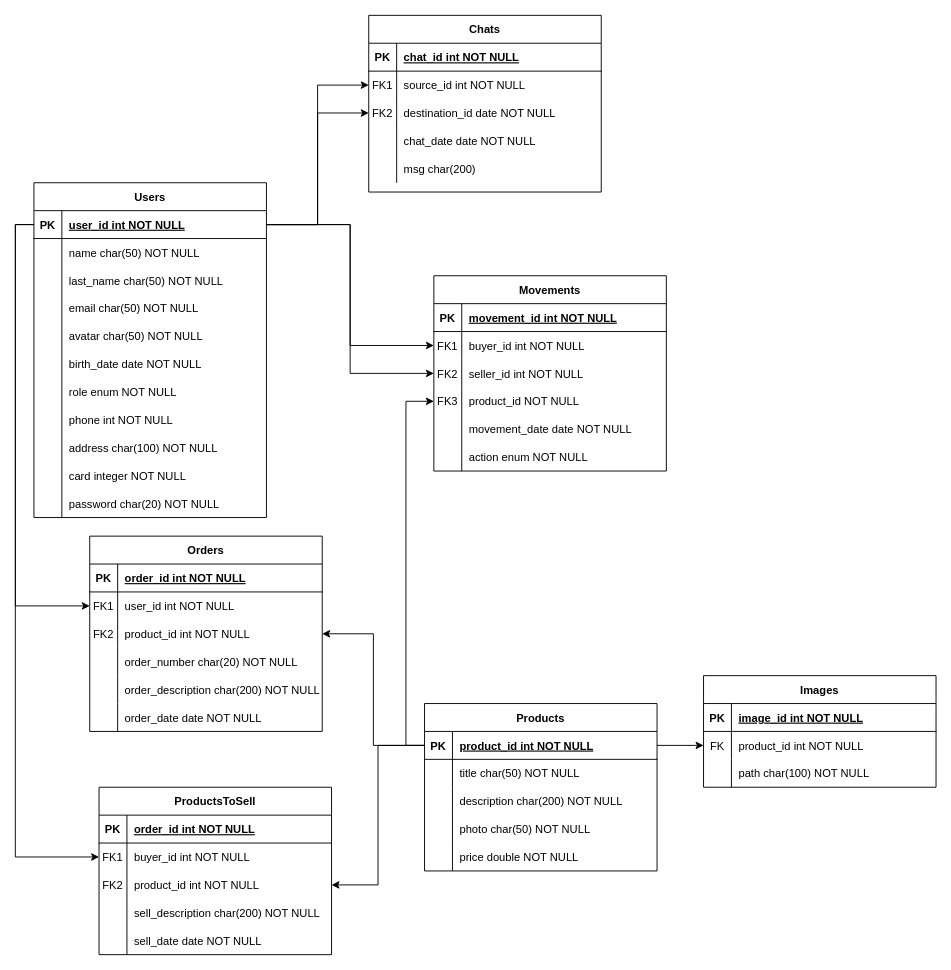
This is images/diagram3.drawio from adrianoosses/final-back, a draw.io file, before an edit. Source tidied: cells renumbered, new cells numbered last; positions are measured from the earlier drawing's top-left corner, leaving out a move shared by most shapes. Both pictures are drawn from the tidied source at 93%, with x=0, y=0 at pixel (33, 15).
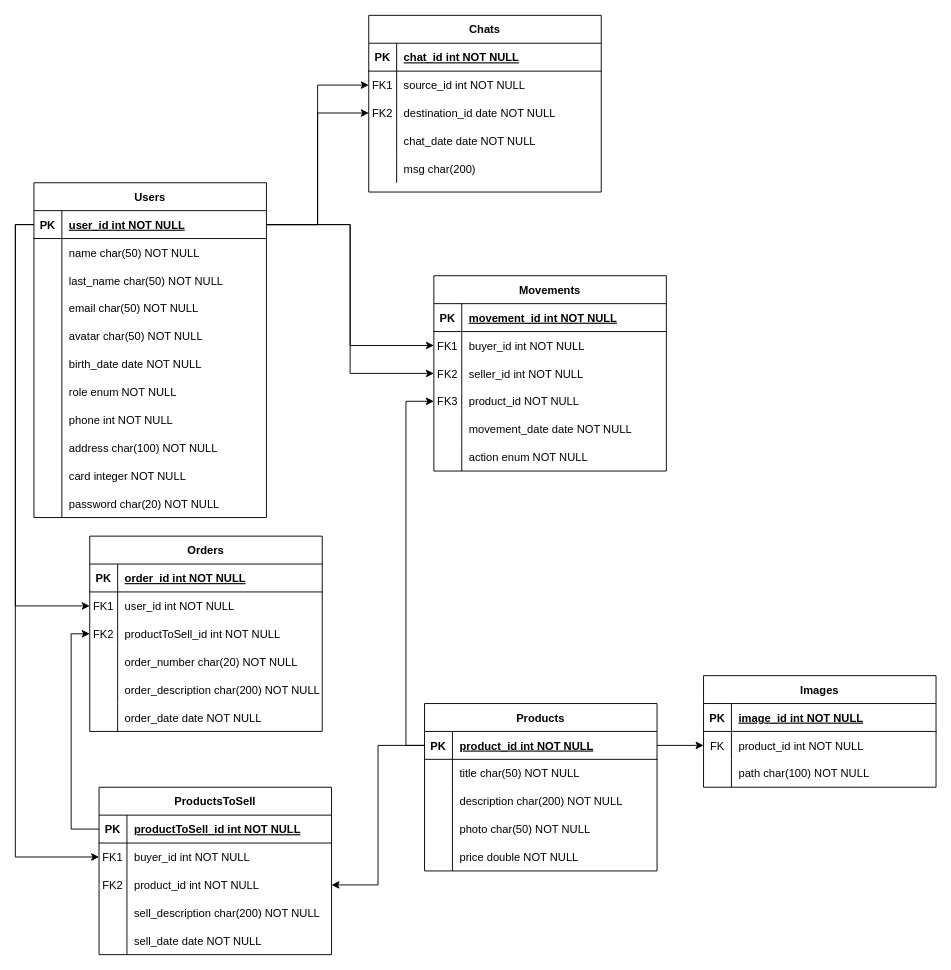
The same page after the edit.

The change refers to these unchanged cells:
```xml
<mxCell id="19" style="shape=partialRectangle;fillColor=none;points=[[0,0.5],[1,0.5]];portConstraint=eastwest;top=0;left=0;right=0;bottom=1;" parent="18" vertex="1">
  <mxGeometry y="30" width="250" height="30" as="geometry" />
</mxCell>
<mxCell id="59" style="shape=partialRectangle;fillColor=none;points=[[0,0.5],[1,0.5]];portConstraint=eastwest;top=0;left=0;right=0;bottom=0;" parent="52" vertex="1">
  <mxGeometry y="90" width="250" height="30" as="geometry" />
</mxCell>
<mxCell id="72" style="shape=partialRectangle;fillColor=none;points=[[0,0.5],[1,0.5]];portConstraint=eastwest;top=0;left=0;right=0;bottom=1;" parent="71" vertex="1">
  <mxGeometry y="30" width="250" height="30" as="geometry" />
</mxCell>
<mxCell id="125" style="shape=partialRectangle;fillColor=none;points=[[0,0.5],[1,0.5]];portConstraint=eastwest;top=0;left=0;right=0;bottom=1;" parent="124" vertex="1">
  <mxGeometry y="30" width="250" height="30" as="geometry" />
</mxCell>
<mxCell id="128" style="shape=partialRectangle;fillColor=none;points=[[0,0.5],[1,0.5]];portConstraint=eastwest;top=0;left=0;right=0;bottom=0;" parent="124" vertex="1">
  <mxGeometry y="60" width="250" height="30" as="geometry" />
</mxCell>
```

Diff of the diagram source:
```diff
@@
-    <mxCell id="61" value="product_id int NOT NULL" style="shape=partialRectangle;overflow=hidden;fillColor=none;top=0;left=0;bottom=0;right=0;align=left;spacingLeft=6;" parent="59" vertex="1">
+    <mxCell id="61" value="productToSell_id int NOT NULL" style="shape=partialRectangle;overflow=hidden;fillColor=none;top=0;left=0;bottom=0;right=0;align=left;spacingLeft=6;" parent="59" vertex="1">
       <mxGeometry x="30" width="220" height="30" as="geometry" />
     </mxCell>
@@
-    <mxCell id="112" style="edgeStyle=orthogonalEdgeStyle;rounded=0;jettySize=auto;html=1;exitX=0;exitY=0.5;exitDx=0;exitDy=0;entryX=1;entryY=0.5;entryDx=0;entryDy=0;" parent="1" edge="1" source="72" target="59">
-      <mxGeometry relative="1" as="geometry" />
-    </mxCell>
@@
-    <mxCell id="127" value="order_id int NOT NULL " style="shape=partialRectangle;overflow=hidden;fillColor=none;top=0;left=0;bottom=0;right=0;align=left;spacingLeft=6;fontStyle=5;" parent="125" vertex="1">
+    <mxCell id="127" value="productToSell_id int NOT NULL " style="shape=partialRectangle;overflow=hidden;fillColor=none;top=0;left=0;bottom=0;right=0;align=left;spacingLeft=6;fontStyle=5;" parent="125" vertex="1">
       <mxGeometry x="30" width="220" height="30" as="geometry" />
     </mxCell>
@@
+    <mxCell id="141" style="edgeStyle=orthogonalEdgeStyle;rounded=0;jettySize=auto;html=1;exitX=0;exitY=0.5;exitDx=0;exitDy=0;entryX=0;entryY=0.5;entryDx=0;entryDy=0;" parent="1" edge="1" source="19" target="128">
+      <mxGeometry relative="1" as="geometry" />
+    </mxCell>
+    <mxCell id="142" style="edgeStyle=orthogonalEdgeStyle;rounded=0;jettySize=auto;html=1;exitX=0;exitY=0.5;exitDx=0;exitDy=0;entryX=0;entryY=0.5;entryDx=0;entryDy=0;" parent="1" edge="1" source="125" target="59">
+      <mxGeometry relative="1" as="geometry" />
+    </mxCell>
@@
-    <mxCell id="141" style="edgeStyle=orthogonalEdgeStyle;rounded=0;jettySize=auto;html=1;exitX=0;exitY=0.5;exitDx=0;exitDy=0;entryX=0;entryY=0.5;entryDx=0;entryDy=0;" parent="1" edge="1" source="19" target="128">
-      <mxGeometry relative="1" as="geometry" />
-    </mxCell>
```
